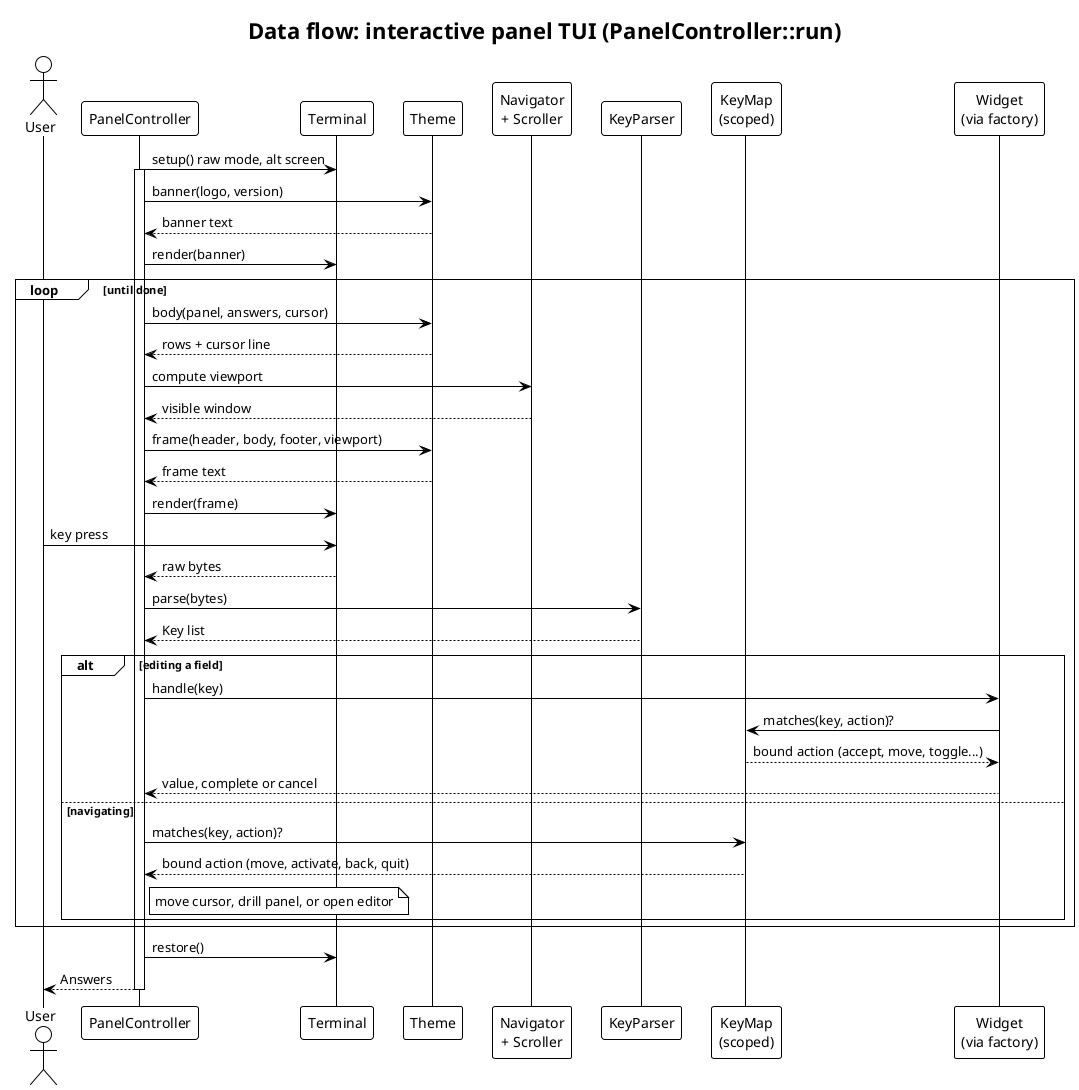
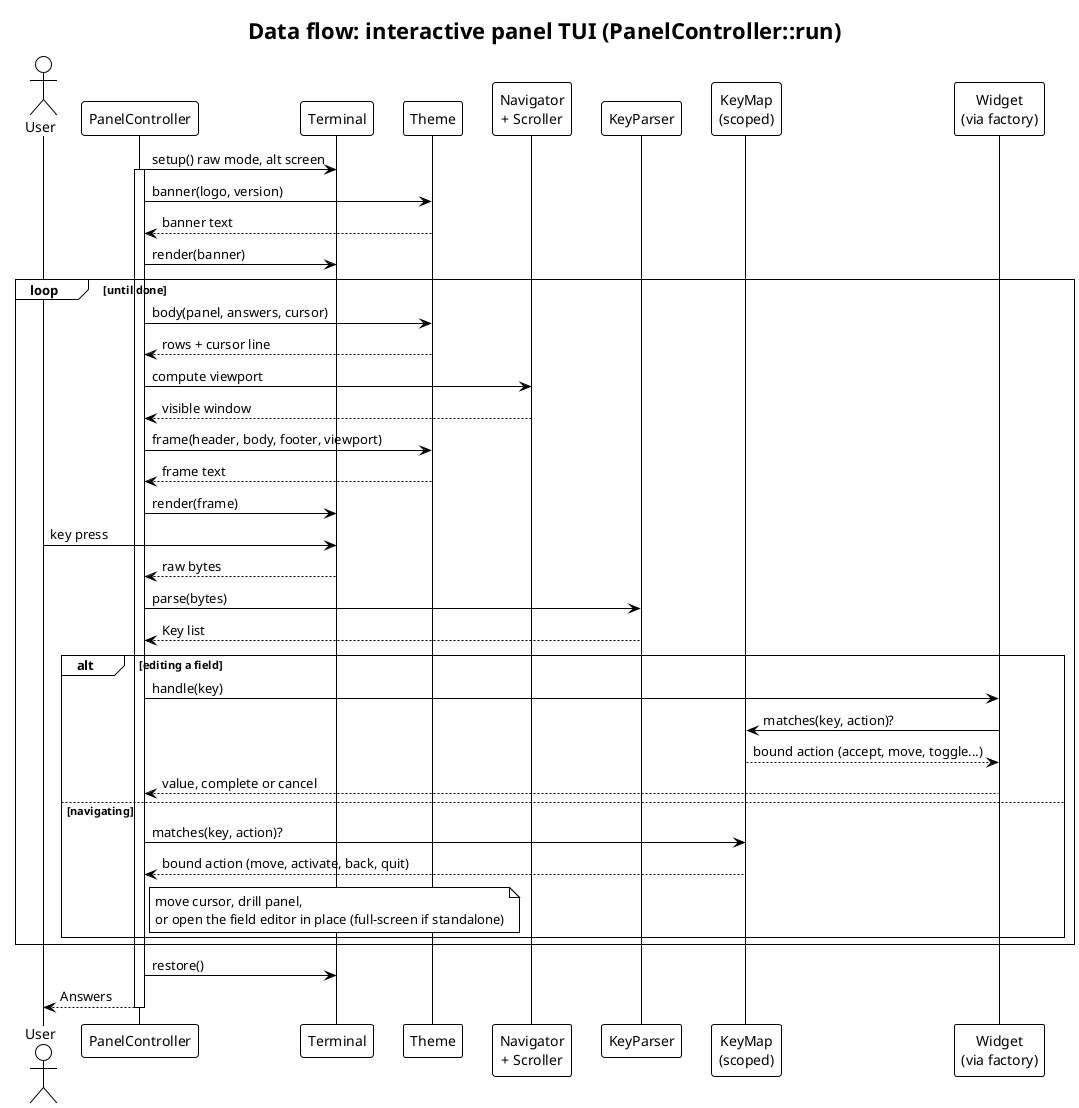
@startuml
' drevops/tui - data flow for the interactive panel TUI.
' Traced from src/Render/PanelController.php (run -> frame/handle), src/Theme/
' and src/Input/ (KeyMap resolves a key press to a semantic action).
' Regenerate every SVG with:  plantuml -tsvg docs/architecture/*.puml
!theme plain
skinparam backgroundColor white
skinparam defaultFontName Helvetica
skinparam shadowing false
title Data flow: interactive panel TUI (PanelController::run)

actor "User" as User
participant "PanelController" as PC
participant "Terminal" as Term
participant "Theme" as Theme
participant "Navigator\n+ Scroller" as Nav
participant "KeyParser" as KP
participant "KeyMap\n(scoped)" as KM
participant "Widget\n(via factory)" as W

PC -> Term: setup() raw mode, alt screen
activate PC
PC -> Theme: banner(logo, version)
Theme --> PC: banner text
PC -> Term: render(banner)

loop until done
  PC -> Theme: body(panel, answers, cursor)
  Theme --> PC: rows + cursor line
  PC -> Nav: compute viewport
  Nav --> PC: visible window
  PC -> Theme: frame(header, body, footer, viewport)
  Theme --> PC: frame text
  PC -> Term: render(frame)

  User -> Term: key press
  Term --> PC: raw bytes
  PC -> KP: parse(bytes)
  KP --> PC: Key list

  alt editing a field
    PC -> W: handle(key)
    W -> KM: matches(key, action)?
    KM --> W: bound action (accept, move, toggle...)
    W --> PC: value, complete or cancel
  else navigating
    PC -> KM: matches(key, action)?
    KM --> PC: bound action (move, activate, back, quit)
-     note right of PC: move cursor, drill panel, or open editor
+     note right of PC: move cursor, drill panel,\nor open the field editor in place (full-screen if standalone)
  end
end

PC -> Term: restore()
PC --> User: Answers
deactivate PC
@enduml
